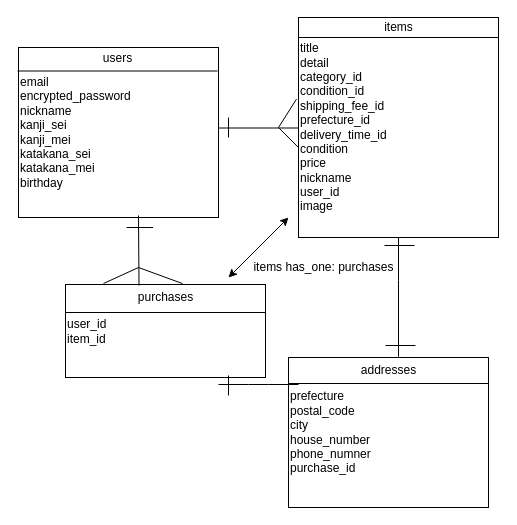
This is furima.dio from Rei-A-38/furima-33026, a draw.io file, before an edit. Source tidied: cells renumbered, new cells numbered last; positions are measured from the earlier drawing's top-left corner, leaving out a move shared by most shapes. Both pictures are drawn from the tidied source at 100%, with x=0, y=0 at pixel (17, 17).
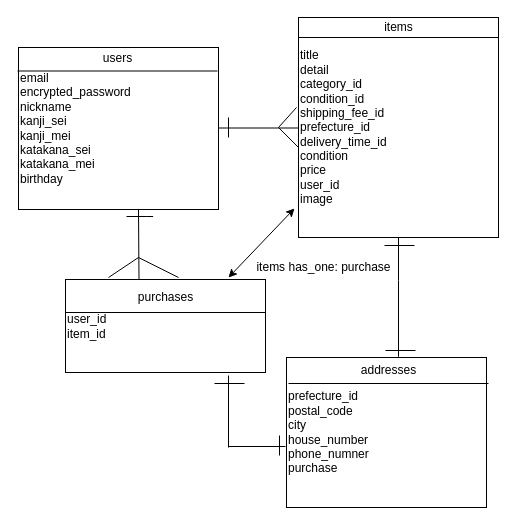
The same diagram, later.

The edit, as a diff of the source:
```diff
@@
     <mxCell id="2" value="&lt;span style=&quot;font-weight: normal&quot;&gt;email&lt;br&gt;encrypted_password&lt;br&gt;nickname&lt;br&gt;kanji_sei&lt;br&gt;kanji_mei&lt;br&gt;katakana_sei&lt;br&gt;katakana_mei&lt;br&gt;birthday&lt;br&gt;&lt;/span&gt;" style="whiteSpace=wrap;html=1;fillColor=none;align=left;fontStyle=1;" parent="1" vertex="1">
-      <mxGeometry x="1" y="30" width="200" height="170" as="geometry" />
+      <mxGeometry x="1" y="30" width="200" height="162" as="geometry" />
     </mxCell>
-    <mxCell id="3" value="title&lt;br&gt;detail&lt;br&gt;category_id&lt;br&gt;condition_id&lt;br&gt;shipping_fee_id&lt;br&gt;prefecture_id&lt;br&gt;delivery_time_id&lt;br&gt;condition&lt;br&gt;price&lt;br&gt;nickname&lt;br&gt;user_id&lt;br&gt;image" style="whiteSpace=wrap;html=1;fillColor=none;align=left;" parent="1" vertex="1">
+    <mxCell id="3" value="title&lt;br&gt;detail&lt;br&gt;category_id&lt;br&gt;condition_id&lt;br&gt;shipping_fee_id&lt;br&gt;prefecture_id&lt;br&gt;delivery_time_id&lt;br&gt;condition&lt;br&gt;price&lt;br&gt;user_id&lt;br&gt;image" style="whiteSpace=wrap;html=1;fillColor=none;align=left;" parent="1" vertex="1">
       <mxGeometry x="281" width="200" height="220" as="geometry" />
     </mxCell>
     <mxCell id="4" value="user_id&lt;br&gt;item_id" style="whiteSpace=wrap;html=1;fillColor=none;align=left;" parent="1" vertex="1">
-      <mxGeometry x="48" y="267" width="200" height="93" as="geometry" />
+      <mxGeometry x="48" y="262" width="200" height="93" as="geometry" />
     </mxCell>
-    <mxCell id="5" value="prefecture&amp;nbsp;&lt;br&gt;postal_code&lt;br&gt;city&lt;br&gt;house_number&lt;br&gt;phone_numner&lt;br&gt;purchase_id" style="whiteSpace=wrap;html=1;fillColor=none;align=left;" parent="1" vertex="1">
-      <mxGeometry x="271" y="340" width="200" height="150" as="geometry" />
+    <mxCell id="5" value="prefecture_id&amp;nbsp;&lt;br&gt;postal_code&lt;br&gt;city&lt;br&gt;house_number&lt;br&gt;phone_numner&lt;br&gt;purchase" style="whiteSpace=wrap;html=1;fillColor=none;align=left;" parent="1" vertex="1">
+      <mxGeometry x="269" y="340" width="200" height="150" as="geometry" />
     </mxCell>
@@
-    <mxCell id="7" style="endArrow=none;html=1;entryX=0;entryY=0.5;entryDx=0;entryDy=0;" parent="1" edge="1">
+    <mxCell id="7" style="endArrow=none;html=1;" parent="1" edge="1">
       <mxGeometry relative="1" as="geometry">
-        <mxPoint x="201" y="367" as="sourcePoint" />
-        <mxPoint x="281" y="367" as="targetPoint" />
-        <Array as="points">
-          <mxPoint x="241" y="367" />
-        </Array>
+        <mxPoint x="211" y="429" as="sourcePoint" />
+        <mxPoint x="268" y="429" as="targetPoint" />
       </mxGeometry>
     </mxCell>
     <mxCell id="8" style="endArrow=none;html=1;exitX=0.5;exitY=1;exitDx=0;exitDy=0;" parent="1" edge="1">
       <mxGeometry relative="1" as="geometry">
-        <mxPoint x="121" y="198" as="sourcePoint" />
-        <mxPoint x="121.5" y="268" as="targetPoint" />
-        <Array as="points">
-          <mxPoint x="121.5" y="268" />
-        </Array>
+        <mxPoint x="121" y="192" as="sourcePoint" />
+        <mxPoint x="121.5" y="262" as="targetPoint" />
       </mxGeometry>
     </mxCell>
@@
-    <mxCell id="17" style="endArrow=none;html=1;exitX=-0.01;exitY=0.371;exitDx=0;exitDy=0;exitPerimeter=0;" parent="1" edge="1" source="3">
+    <mxCell id="17" style="endArrow=none;html=1;exitX=-0.01;exitY=0.409;exitDx=0;exitDy=0;exitPerimeter=0;" parent="1" edge="1" source="3">
       <mxGeometry relative="1" as="geometry">
         <mxPoint x="261" y="110" as="targetPoint" />
       </mxGeometry>
     </mxCell>
@@
     <mxCell id="21" style="endArrow=none;html=1;" parent="1" edge="1">
       <mxGeometry relative="1" as="geometry">
-        <mxPoint x="368" y="328" as="sourcePoint" />
-        <mxPoint x="398" y="328" as="targetPoint" />
+        <mxPoint x="368" y="333" as="sourcePoint" />
+        <mxPoint x="398" y="333" as="targetPoint" />
       </mxGeometry>
     </mxCell>
-    <mxCell id="22" style="endArrow=none;html=1;exitX=0.435;exitY=-0.01;exitDx=0;exitDy=0;exitPerimeter=0;" parent="1" edge="1">
+    <mxCell id="22" style="endArrow=none;html=1;" parent="1" edge="1">
       <mxGeometry relative="1" as="geometry">
-        <mxPoint x="86" y="266" as="sourcePoint" />
-        <mxPoint x="121" y="250" as="targetPoint" />
+        <mxPoint x="91" y="260" as="sourcePoint" />
+        <mxPoint x="121" y="240" as="targetPoint" />
       </mxGeometry>
     </mxCell>
-    <mxCell id="23" style="endArrow=none;html=1;entryX=0.585;entryY=-0.01;entryDx=0;entryDy=0;entryPerimeter=0;" parent="1" edge="1" target="4">
+    <mxCell id="23" style="endArrow=none;html=1;" parent="1" edge="1">
       <mxGeometry relative="1" as="geometry">
-        <mxPoint x="121" y="250" as="sourcePoint" />
+        <mxPoint x="121" y="240" as="sourcePoint" />
+        <mxPoint x="161" y="260" as="targetPoint" />
       </mxGeometry>
     </mxCell>
     <mxCell id="24" style="endArrow=none;html=1;" parent="1" edge="1">
       <mxGeometry relative="1" as="geometry">
-        <mxPoint x="211" y="378" as="sourcePoint" />
+        <mxPoint x="211" y="430" as="sourcePoint" />
         <mxPoint x="211" y="358" as="targetPoint" />
       </mxGeometry>
     </mxCell>
-    <mxCell id="25" style="endArrow=none;html=1;" parent="1" edge="1">
-      <mxGeometry relative="1" as="geometry">
-        <mxPoint x="271" y="378" as="sourcePoint" />
-        <mxPoint x="271" y="358" as="targetPoint" />
-      </mxGeometry>
-    </mxCell>
@@
     <mxCell id="27" style="endArrow=none;html=1;" parent="1" edge="1">
       <mxGeometry relative="1" as="geometry">
-        <mxPoint x="109" y="210" as="sourcePoint" />
-        <mxPoint x="129" y="210" as="targetPoint" />
+        <mxPoint x="109" y="199" as="sourcePoint" />
+        <mxPoint x="129" y="199" as="targetPoint" />
         <Array as="points">
-          <mxPoint x="139" y="210" />
+          <mxPoint x="139" y="199" />
         </Array>
       </mxGeometry>
     </mxCell>
-    <mxCell id="28" style="endArrow=classic;startArrow=classic;html=1;" parent="1" edge="1">
+    <mxCell id="28" style="endArrow=classic;startArrow=classic;html=1;entryX=-0.02;entryY=0.868;entryDx=0;entryDy=0;entryPerimeter=0;" parent="1" edge="1" target="3">
       <mxGeometry relative="1" as="geometry">
         <mxPoint x="211" y="260" as="sourcePoint" />
-        <mxPoint x="271" y="200" as="targetPoint" />
       </mxGeometry>
     </mxCell>
-    <mxCell id="29" value="items has_one: purchases" style="text;html=1;align=center;verticalAlign=middle;" parent="1" vertex="1">
-      <mxGeometry x="226" y="240" width="160" height="20" as="geometry" />
+    <mxCell id="29" value="items has_one: purchase" style="text;html=1;align=center;verticalAlign=middle;" parent="1" vertex="1">
+      <mxGeometry x="231" y="240" width="150" height="20" as="geometry" />
     </mxCell>
+    <mxCell id="30" style="endArrow=none;html=1;" parent="1" edge="1">
+      <mxGeometry relative="1" as="geometry">
+        <mxPoint x="262" y="438" as="sourcePoint" />
+        <mxPoint x="262" y="418" as="targetPoint" />
+      </mxGeometry>
+    </mxCell>
+    <mxCell id="31" style="endArrow=none;html=1;" parent="1" edge="1">
+      <mxGeometry relative="1" as="geometry">
+        <mxPoint x="197" y="366" as="sourcePoint" />
+        <mxPoint x="227" y="366" as="targetPoint" />
+      </mxGeometry>
+    </mxCell>
```
